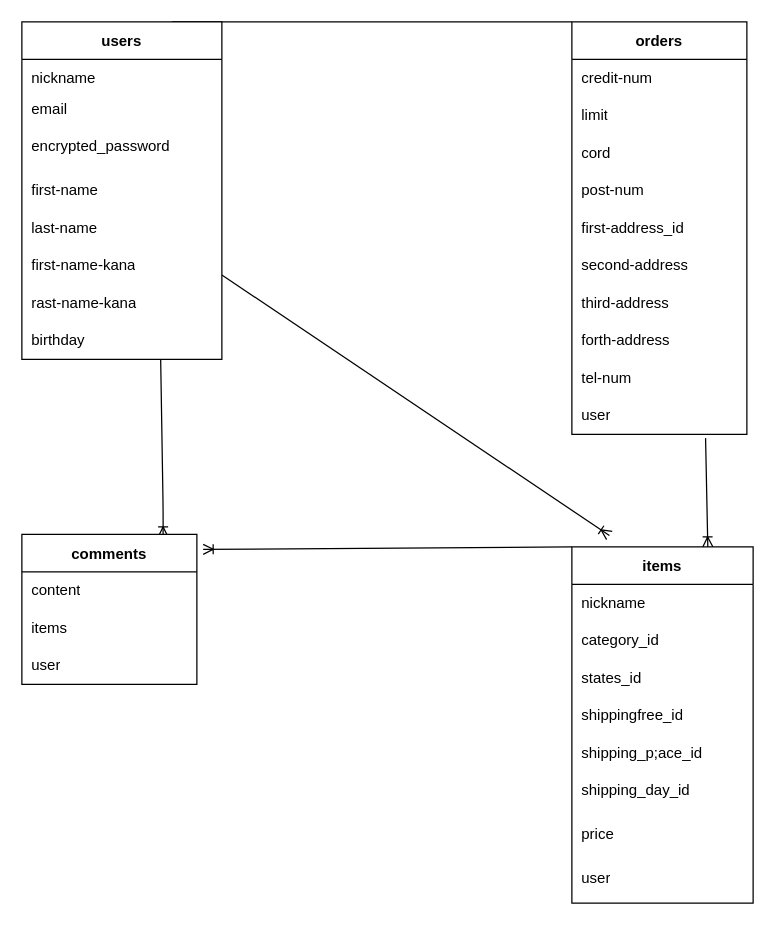
This is relation.dio from ootukaai/furima-41450, a draw.io file, before an edit. Source tidied: cells renumbered, new cells numbered last; positions are measured from the earlier drawing's top-left corner, leaving out a move shared by most shapes. Both pictures are drawn from the tidied source at 125%, with x=0, y=0 at pixel (21, 21).
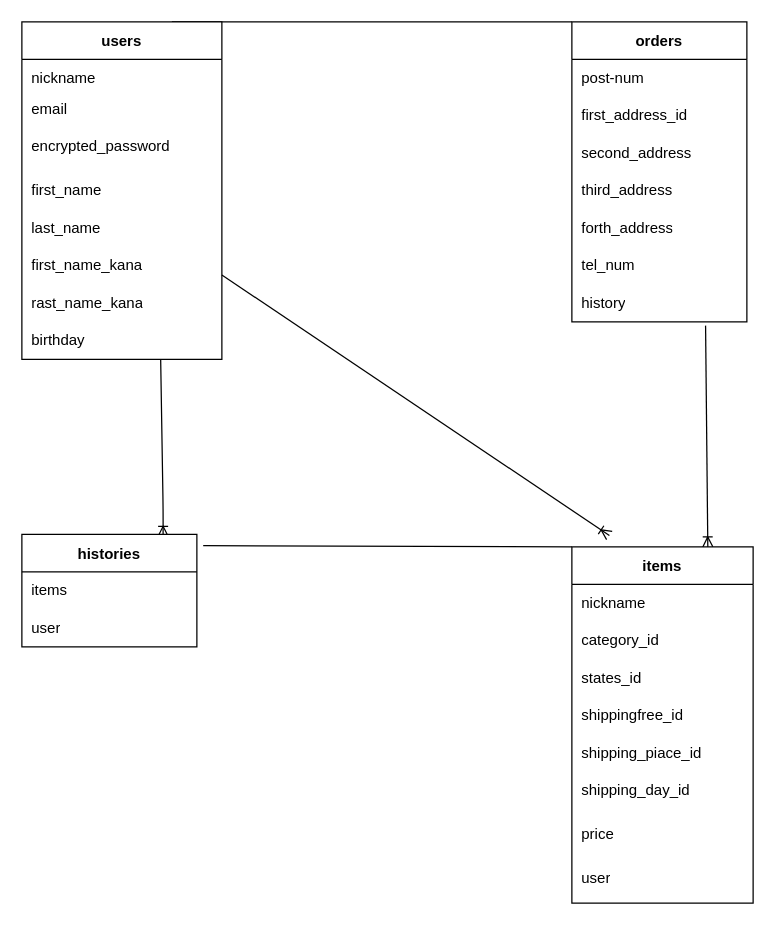
After the change.

Unchanged cells that the change refers to:
```xml
<mxCell id="12" style="shape=tableRow;horizontal=0;startSize=0;swimlaneHead=0;swimlaneBody=0;top=0;left=0;bottom=0;right=0;fillColor=none;" parent="5" vertex="1">
  <mxGeometry y="120" width="160" height="30" as="geometry" />
</mxCell>
<mxCell id="14" style="shape=tableRow;horizontal=0;startSize=0;swimlaneHead=0;swimlaneBody=0;top=0;left=0;bottom=0;right=0;fillColor=none;" parent="5" vertex="1">
  <mxGeometry y="150" width="160" height="30" as="geometry" />
</mxCell>
<mxCell id="16" style="shape=tableRow;horizontal=0;startSize=0;swimlaneHead=0;swimlaneBody=0;top=0;left=0;bottom=0;right=0;fillColor=none;" parent="5" vertex="1">
  <mxGeometry y="180" width="160" height="30" as="geometry" />
</mxCell>
<mxCell id="18" style="shape=tableRow;horizontal=0;startSize=0;swimlaneHead=0;swimlaneBody=0;top=0;left=0;bottom=0;right=0;fillColor=none;" parent="5" vertex="1">
  <mxGeometry y="210" width="160" height="30" as="geometry" />
</mxCell>
<mxCell id="45" value="items" style="shape=table;startSize=30;childLayout=tableLayout;rowLines=0;fontStyle=1;" parent="1" vertex="1">
  <mxGeometry x="440" y="420" width="145" height="285" as="geometry" />
</mxCell>
<mxCell id="54" style="shape=tableRow;horizontal=0;startSize=0;swimlaneHead=0;swimlaneBody=0;top=0;left=0;bottom=0;right=0;fillColor=none;" parent="45" vertex="1">
  <mxGeometry y="150" width="145" height="30" as="geometry" />
</mxCell>
```

Diff of the diagram source:
```diff
@@
-    <mxCell id="13" value="first-name" style="shape=partialRectangle;html=1;whiteSpace=wrap;fillColor=none;top=0;left=0;bottom=0;right=0;align=left;spacingLeft=6;overflow=hidden;" parent="12" vertex="1">
+    <mxCell id="13" value="first_name" style="shape=partialRectangle;html=1;whiteSpace=wrap;fillColor=none;top=0;left=0;bottom=0;right=0;align=left;spacingLeft=6;overflow=hidden;" parent="12" vertex="1">
       <mxGeometry width="160" height="30" as="geometry" />
     </mxCell>
@@
-    <mxCell id="15" value="last-name" style="shape=partialRectangle;html=1;whiteSpace=wrap;fillColor=none;top=0;left=0;bottom=0;right=0;align=left;spacingLeft=6;overflow=hidden;" parent="14" vertex="1">
+    <mxCell id="15" value="last_name" style="shape=partialRectangle;html=1;whiteSpace=wrap;fillColor=none;top=0;left=0;bottom=0;right=0;align=left;spacingLeft=6;overflow=hidden;" parent="14" vertex="1">
       <mxGeometry width="160" height="30" as="geometry" />
     </mxCell>
@@
-    <mxCell id="17" value="first-name-kana" style="shape=partialRectangle;html=1;whiteSpace=wrap;fillColor=none;top=0;left=0;bottom=0;right=0;align=left;spacingLeft=6;overflow=hidden;" parent="16" vertex="1">
+    <mxCell id="17" value="first_name_kana" style="shape=partialRectangle;html=1;whiteSpace=wrap;fillColor=none;top=0;left=0;bottom=0;right=0;align=left;spacingLeft=6;overflow=hidden;" parent="16" vertex="1">
       <mxGeometry width="160" height="30" as="geometry" />
     </mxCell>
@@
-    <mxCell id="19" value="rast-name-kana" style="shape=partialRectangle;html=1;whiteSpace=wrap;fillColor=none;top=0;left=0;bottom=0;right=0;align=left;spacingLeft=6;overflow=hidden;" parent="18" vertex="1">
+    <mxCell id="19" value="rast_name_kana" style="shape=partialRectangle;html=1;whiteSpace=wrap;fillColor=none;top=0;left=0;bottom=0;right=0;align=left;spacingLeft=6;overflow=hidden;" parent="18" vertex="1">
       <mxGeometry width="160" height="30" as="geometry" />
     </mxCell>
@@
     <mxCell id="23" value="orders" style="shape=table;startSize=30;childLayout=tableLayout;rowLines=0;fontStyle=1;" parent="1" vertex="1">
-      <mxGeometry x="440" width="140" height="330" as="geometry" />
+      <mxGeometry x="440" width="140" height="240" as="geometry" />
     </mxCell>
-    <mxCell id="24" style="shape=tableRow;horizontal=0;startSize=0;swimlaneHead=0;swimlaneBody=0;top=0;left=0;bottom=0;right=0;fillColor=none;" parent="23" vertex="1">
-      <mxGeometry y="30" width="140" height="30" as="geometry" />
-    </mxCell>
-    <mxCell id="25" value="credit-num" style="shape=partialRectangle;html=1;whiteSpace=wrap;fillColor=none;top=0;left=0;bottom=0;right=0;align=left;spacingLeft=6;overflow=hidden;" parent="24" vertex="1">
-      <mxGeometry width="140" height="30" as="geometry" />
-    </mxCell>
-    <mxCell id="26" style="shape=tableRow;horizontal=0;startSize=0;swimlaneHead=0;swimlaneBody=0;top=0;left=0;bottom=0;right=0;fillColor=none;" parent="23" vertex="1">
-      <mxGeometry y="60" width="140" height="30" as="geometry" />
-    </mxCell>
-    <mxCell id="27" value="limit" style="shape=partialRectangle;html=1;whiteSpace=wrap;fillColor=none;top=0;left=0;bottom=0;right=0;align=left;spacingLeft=6;overflow=hidden;" parent="26" vertex="1">
-      <mxGeometry width="140" height="30" as="geometry" />
-    </mxCell>
-    <mxCell id="28" style="shape=tableRow;horizontal=0;startSize=0;swimlaneHead=0;swimlaneBody=0;top=0;left=0;bottom=0;right=0;fillColor=none;" parent="23" vertex="1">
-      <mxGeometry y="90" width="140" height="30" as="geometry" />
-    </mxCell>
-    <mxCell id="29" value="cord" style="shape=partialRectangle;html=1;whiteSpace=wrap;fillColor=none;top=0;left=0;bottom=0;right=0;align=left;spacingLeft=6;overflow=hidden;" parent="28" vertex="1">
-      <mxGeometry width="140" height="30" as="geometry" />
-    </mxCell>
     <mxCell id="30" style="shape=tableRow;horizontal=0;startSize=0;swimlaneHead=0;swimlaneBody=0;top=0;left=0;bottom=0;right=0;fillColor=none;" parent="23" vertex="1">
-      <mxGeometry y="120" width="140" height="30" as="geometry" />
+      <mxGeometry y="30" width="140" height="30" as="geometry" />
     </mxCell>
@@
     <mxCell id="32" style="shape=tableRow;horizontal=0;startSize=0;swimlaneHead=0;swimlaneBody=0;top=0;left=0;bottom=0;right=0;fillColor=none;" parent="23" vertex="1">
-      <mxGeometry y="150" width="140" height="30" as="geometry" />
+      <mxGeometry y="60" width="140" height="30" as="geometry" />
     </mxCell>
-    <mxCell id="33" value="first-address_id" style="shape=partialRectangle;html=1;whiteSpace=wrap;fillColor=none;top=0;left=0;bottom=0;right=0;align=left;spacingLeft=6;overflow=hidden;" parent="32" vertex="1">
+    <mxCell id="33" value="first_address_id" style="shape=partialRectangle;html=1;whiteSpace=wrap;fillColor=none;top=0;left=0;bottom=0;right=0;align=left;spacingLeft=6;overflow=hidden;" parent="32" vertex="1">
       <mxGeometry width="140" height="30" as="geometry" />
     </mxCell>
     <mxCell id="34" style="shape=tableRow;horizontal=0;startSize=0;swimlaneHead=0;swimlaneBody=0;top=0;left=0;bottom=0;right=0;fillColor=none;" parent="23" vertex="1">
-      <mxGeometry y="180" width="140" height="30" as="geometry" />
+      <mxGeometry y="90" width="140" height="30" as="geometry" />
     </mxCell>
-    <mxCell id="35" value="second-address" style="shape=partialRectangle;html=1;whiteSpace=wrap;fillColor=none;top=0;left=0;bottom=0;right=0;align=left;spacingLeft=6;overflow=hidden;" parent="34" vertex="1">
+    <mxCell id="35" value="second_address" style="shape=partialRectangle;html=1;whiteSpace=wrap;fillColor=none;top=0;left=0;bottom=0;right=0;align=left;spacingLeft=6;overflow=hidden;" parent="34" vertex="1">
       <mxGeometry width="140" height="30" as="geometry" />
     </mxCell>
     <mxCell id="36" style="shape=tableRow;horizontal=0;startSize=0;swimlaneHead=0;swimlaneBody=0;top=0;left=0;bottom=0;right=0;fillColor=none;" parent="23" vertex="1">
-      <mxGeometry y="210" width="140" height="30" as="geometry" />
+      <mxGeometry y="120" width="140" height="30" as="geometry" />
     </mxCell>
-    <mxCell id="37" value="third-address" style="shape=partialRectangle;html=1;whiteSpace=wrap;fillColor=none;top=0;left=0;bottom=0;right=0;align=left;spacingLeft=6;overflow=hidden;" parent="36" vertex="1">
+    <mxCell id="37" value="third_address" style="shape=partialRectangle;html=1;whiteSpace=wrap;fillColor=none;top=0;left=0;bottom=0;right=0;align=left;spacingLeft=6;overflow=hidden;" parent="36" vertex="1">
       <mxGeometry width="140" height="30" as="geometry" />
     </mxCell>
     <mxCell id="38" style="shape=tableRow;horizontal=0;startSize=0;swimlaneHead=0;swimlaneBody=0;top=0;left=0;bottom=0;right=0;fillColor=none;" parent="23" vertex="1">
-      <mxGeometry y="240" width="140" height="30" as="geometry" />
+      <mxGeometry y="150" width="140" height="30" as="geometry" />
     </mxCell>
-    <mxCell id="39" value="forth-address" style="shape=partialRectangle;html=1;whiteSpace=wrap;fillColor=none;top=0;left=0;bottom=0;right=0;align=left;spacingLeft=6;overflow=hidden;" parent="38" vertex="1">
+    <mxCell id="39" value="forth_address" style="shape=partialRectangle;html=1;whiteSpace=wrap;fillColor=none;top=0;left=0;bottom=0;right=0;align=left;spacingLeft=6;overflow=hidden;" parent="38" vertex="1">
       <mxGeometry width="140" height="30" as="geometry" />
     </mxCell>
     <mxCell id="40" style="shape=tableRow;horizontal=0;startSize=0;swimlaneHead=0;swimlaneBody=0;top=0;left=0;bottom=0;right=0;fillColor=none;" parent="23" vertex="1">
-      <mxGeometry y="270" width="140" height="30" as="geometry" />
+      <mxGeometry y="180" width="140" height="30" as="geometry" />
     </mxCell>
-    <mxCell id="41" value="tel-num" style="shape=partialRectangle;html=1;whiteSpace=wrap;fillColor=none;top=0;left=0;bottom=0;right=0;align=left;spacingLeft=6;overflow=hidden;" parent="40" vertex="1">
+    <mxCell id="41" value="tel_num" style="shape=partialRectangle;html=1;whiteSpace=wrap;fillColor=none;top=0;left=0;bottom=0;right=0;align=left;spacingLeft=6;overflow=hidden;" parent="40" vertex="1">
       <mxGeometry width="140" height="30" as="geometry" />
     </mxCell>
     <mxCell id="42" style="shape=tableRow;horizontal=0;startSize=0;swimlaneHead=0;swimlaneBody=0;top=0;left=0;bottom=0;right=0;fillColor=none;points=[[0,0.5],[1,0.5]];portConstraint=eastwest;" parent="23" vertex="1">
-      <mxGeometry y="300" width="140" height="30" as="geometry" />
+      <mxGeometry y="210" width="140" height="30" as="geometry" />
     </mxCell>
-    <mxCell id="43" value="user" style="shape=partialRectangle;html=1;whiteSpace=wrap;fillColor=none;top=0;left=0;bottom=0;right=0;align=left;spacingLeft=6;overflow=hidden;" parent="42" vertex="1">
+    <mxCell id="43" value="history" style="shape=partialRectangle;html=1;whiteSpace=wrap;fillColor=none;top=0;left=0;bottom=0;right=0;align=left;spacingLeft=6;overflow=hidden;" parent="42" vertex="1">
       <mxGeometry width="140" height="30" as="geometry" />
     </mxCell>
-    <mxCell id="44" style="edgeStyle=none;html=1;exitX=0;exitY=0;exitDx=0;exitDy=0;entryX=1.036;entryY=0.1;entryDx=0;entryDy=0;entryPerimeter=0;strokeWidth=1;endArrow=ERoneToMany;endFill=0;" parent="1" edge="1" source="45" target="62">
+    <mxCell id="44" style="edgeStyle=none;html=1;exitX=0;exitY=0;exitDx=0;exitDy=0;entryX=1.036;entryY=0.1;entryDx=0;entryDy=0;entryPerimeter=0;strokeWidth=1;endArrow=none;endFill=0;" parent="1" edge="1" source="45" target="62">
       <mxGeometry relative="1" as="geometry" />
     </mxCell>
@@
-    <mxCell id="55" value="shipping_p;ace_id" style="shape=partialRectangle;html=1;whiteSpace=wrap;fillColor=none;top=0;left=0;bottom=0;right=0;align=left;spacingLeft=6;overflow=hidden;" parent="54" vertex="1">
+    <mxCell id="55" value="shipping_piace_id" style="shape=partialRectangle;html=1;whiteSpace=wrap;fillColor=none;top=0;left=0;bottom=0;right=0;align=left;spacingLeft=6;overflow=hidden;" parent="54" vertex="1">
       <mxGeometry width="145" height="30" as="geometry" />
     </mxCell>
@@
-    <mxCell id="62" value="comments" style="shape=table;startSize=30;childLayout=tableLayout;rowLines=0;fontStyle=1;" parent="1" vertex="1">
-      <mxGeometry y="410" width="140" height="120" as="geometry" />
+    <mxCell id="62" value="histories" style="shape=table;startSize=30;childLayout=tableLayout;rowLines=0;fontStyle=1;" parent="1" vertex="1">
+      <mxGeometry y="410" width="140" height="90" as="geometry" />
     </mxCell>
-    <mxCell id="63" style="shape=tableRow;horizontal=0;startSize=0;swimlaneHead=0;swimlaneBody=0;top=0;left=0;bottom=0;right=0;fillColor=none;" parent="62" vertex="1">
-      <mxGeometry y="30" width="140" height="30" as="geometry" />
-    </mxCell>
-    <mxCell id="64" value="content" style="shape=partialRectangle;html=1;whiteSpace=wrap;fillColor=none;top=0;left=0;bottom=0;right=0;align=left;spacingLeft=6;overflow=hidden;" parent="63" vertex="1">
-      <mxGeometry width="140" height="30" as="geometry" />
-    </mxCell>
     <mxCell id="65" style="shape=tableRow;horizontal=0;startSize=0;swimlaneHead=0;swimlaneBody=0;top=0;left=0;bottom=0;right=0;fillColor=none;" parent="62" vertex="1">
-      <mxGeometry y="60" width="140" height="30" as="geometry" />
+      <mxGeometry y="30" width="140" height="30" as="geometry" />
     </mxCell>
@@
     <mxCell id="67" style="shape=tableRow;horizontal=0;startSize=0;swimlaneHead=0;swimlaneBody=0;top=0;left=0;bottom=0;right=0;fillColor=none;" parent="62" vertex="1">
-      <mxGeometry y="90" width="140" height="30" as="geometry" />
+      <mxGeometry y="60" width="140" height="30" as="geometry" />
     </mxCell>
```
